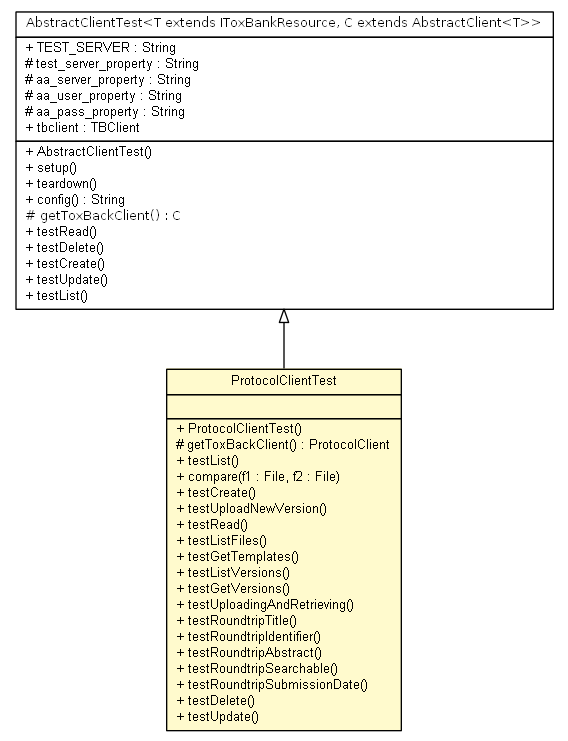
The Graphviz diagram testapidocs/net/toxbank/client/resource/ProtocolClientTest.png in ToxBank/toxbank-api-client, before a commit. Its source is kept beside it as testapidocs/net/toxbank/client/resource/ProtocolClientTest.dot.
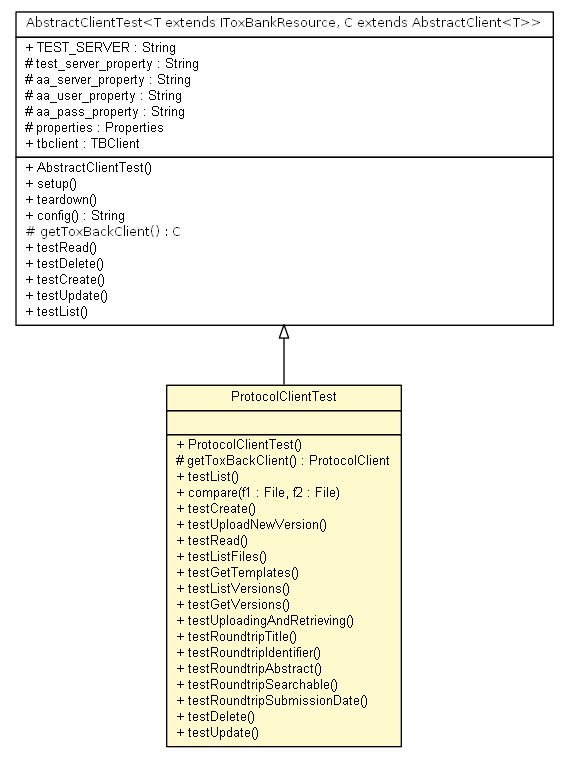
The same diagram one commit later.

Change to the diagram source:
```diff
@@ -41,6 +41,7 @@
 			<tr><td align="left"> # aa_server_property : String </td></tr>
 			<tr><td align="left"> # aa_user_property : String </td></tr>
 			<tr><td align="left"> # aa_pass_property : String </td></tr>
+			<tr><td align="left"> # properties : Properties </td></tr>
 			<tr><td align="left"> + tbclient : TBClient </td></tr>
 		</table></td></tr>
 		<tr><td><table border="0" cellspacing="0" cellpadding="1">
```
